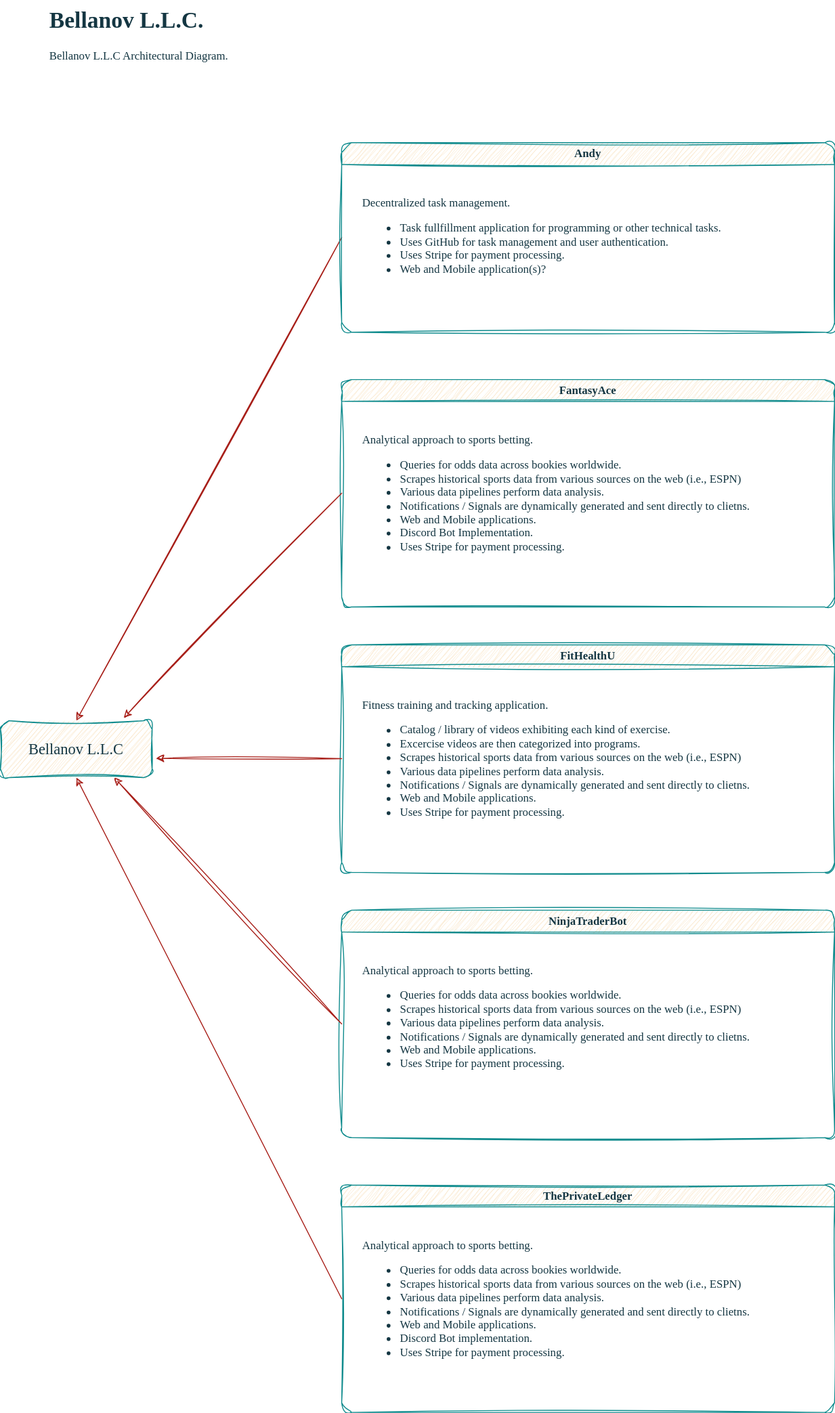
Earlier version of the draw.io export diagrams/Architecture.svg (bellanov/bellanov-llc). Source tidied: cells renumbered, new cells last; positions are measured from the earlier drawing's top-left corner, leaving out a move shared by most shapes.
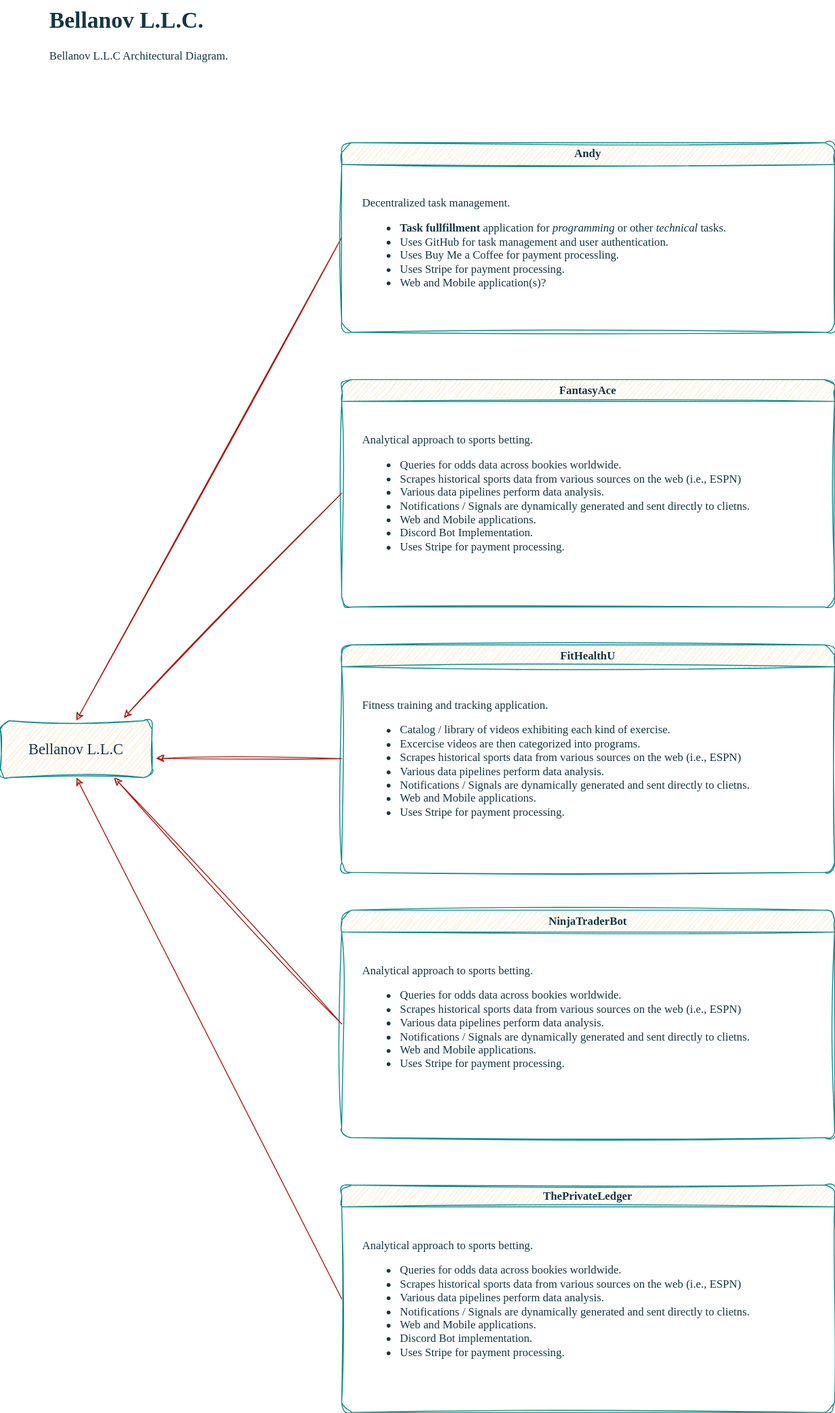
The same diagram one commit later.

Commit message:
Testing Visual Update

What changed in the source:
```diff
@@ -11,7 +11,7 @@
     <mxCell id="4" value="Andy" style="swimlane;whiteSpace=wrap;html=1;sketch=1;hachureGap=4;jiggle=2;curveFitting=1;fontFamily=Verdana;labelBackgroundColor=none;fillColor=#FAE5C7;strokeColor=#0F8B8D;fontColor=#143642;rounded=1;" parent="1" vertex="1">
       <mxGeometry x="360" y="150" width="520" height="200" as="geometry" />
     </mxCell>
-    <mxCell id="5" value="&lt;div&gt;Decentralized task management.&lt;/div&gt;&lt;div&gt;&lt;ul&gt;&lt;li&gt;Task fullfillment application for programming or other technical tasks.&lt;/li&gt;&lt;li&gt;Uses GitHub for task management and user authentication.&lt;/li&gt;&lt;li&gt;Uses Stripe for payment processing.&lt;/li&gt;&lt;li&gt;Web and Mobile application(s)?&lt;br&gt;&lt;br&gt;&lt;/li&gt;&lt;/ul&gt;&lt;/div&gt;" style="text;html=1;whiteSpace=wrap;strokeColor=none;fillColor=none;align=left;verticalAlign=top;rounded=1;fontFamily=Lucida Console;labelBackgroundColor=none;fontColor=#143642;" parent="4" vertex="1">
+    <mxCell id="5" value="&lt;div&gt;Decentralized task management.&lt;/div&gt;&lt;div&gt;&lt;ul&gt;&lt;li&gt;&lt;b&gt;Task fullfillment&lt;/b&gt; application for &lt;i&gt;programming &lt;/i&gt;or other &lt;i&gt;technical &lt;/i&gt;tasks.&lt;/li&gt;&lt;li&gt;Uses GitHub for task management and user authentication.&lt;/li&gt;&lt;li&gt;Uses Buy Me a Coffee for payment processling.&lt;/li&gt;&lt;li&gt;Uses Stripe for payment processing.&lt;/li&gt;&lt;li&gt;Web and Mobile application(s)?&lt;br&gt;&lt;br&gt;&lt;/li&gt;&lt;/ul&gt;&lt;/div&gt;" style="text;html=1;whiteSpace=wrap;strokeColor=none;fillColor=none;align=left;verticalAlign=top;rounded=1;fontFamily=Lucida Console;labelBackgroundColor=none;fontColor=#143642;" parent="4" vertex="1">
       <mxGeometry x="20" y="50" width="480" height="130" as="geometry" />
     </mxCell>
     <mxCell id="6" value="FantasyAce" style="swimlane;whiteSpace=wrap;html=1;sketch=1;hachureGap=4;jiggle=2;curveFitting=1;fontFamily=Verdana;labelBackgroundColor=none;fillColor=#FAE5C7;strokeColor=#0F8B8D;fontColor=#143642;rounded=1;" parent="1" vertex="1">
```
